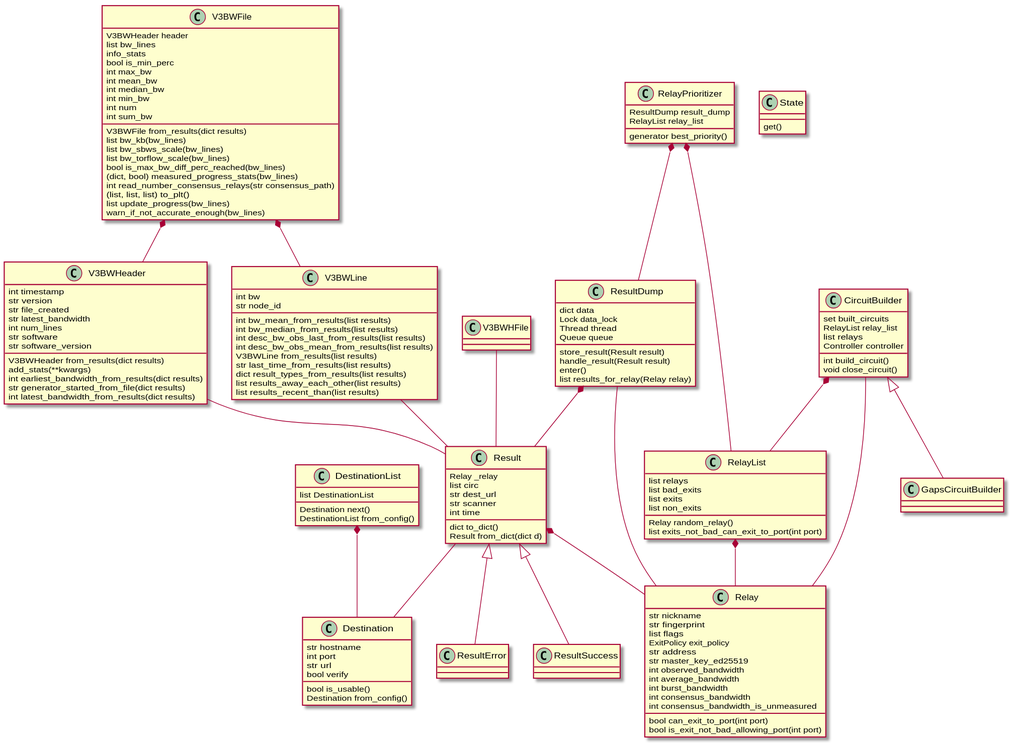
Before: docs/source/images/classes_original.svg, a diagram exported from PlantUML (torproject/sbws). Its source is kept beside it as docs/source/classes_original.puml. The source it was exported from:
```plantuml
@startuml

class RelayList {
  list relays
  list bad_exits
  list exits
  list non_exits
  Relay random_relay()
  list exits_not_bad_can_exit_to_port(int port)
}
RelayList *-- Relay
class Relay {
  str nickname
  str fingerprint
  list flags
  ExitPolicy exit_policy
  str address
  str master_key_ed25519
  int observed_bandwidth
  int average_bandwidth
  int burst_bandwidth
  int consensus_bandwidth
  int consensus_bandwidth_is_unmeasured
  bool can_exit_to_port(int port)
  bool is_exit_not_bad_allowing_port(int port)
}
class RelayPrioritizer {
  ResultDump result_dump
  RelayList relay_list
  generator best_priority()
}
RelayPrioritizer *-- RelayList
RelayPrioritizer *-- ResultDump
Result ^-- ResultError
Result ^-- ResultSuccess
Result -- Destination
Result *-- Relay
class Result {
  Relay _relay
  list circ
  str dest_url
  str scanner
  int time
  dict to_dict()
  Result from_dict(dict d)
}
ResultDump *-- Result
ResultDump -- Relay
class ResultDump {
  dict data
  Lock data_lock
  Thread thread
  Queue queue
  store_result(Result result)
  handle_result(Result result)
  enter()
  list results_for_relay(Relay relay)
}
class DestinationList {
  list DestinationList
  Destination next()
  DestinationList from_config()
}
DestinationList *-- Destination
class Destination {
  str hostname
  int port
  str url
  bool verify
  bool is_usable()
  Destination from_config()
}
V3BWHeader -- Result
class V3BWHeader {
  int timestamp
  str version
  str file_created
  str latest_bandwidth
  int num_lines
  str software
  str software_version
  V3BWHeader from_results(dict results)
  add_stats(**kwargs)
  int earliest_bandwidth_from_results(dict results)
  str generator_started_from_file(dict results)
  int latest_bandwidth_from_results(dict results)
}
V3BWLine -- Result
class V3BWLine {
  int bw
  str node_id
  int bw_mean_from_results(list results)
  int bw_median_from_results(list results)
  int desc_bw_obs_last_from_results(list results)
  int desc_bw_obs_mean_from_results(list results)
  V3BWLine from_results(list results)
  str last_time_from_results(list results)
  dict result_types_from_results(list results)
  list results_away_each_other(list results)
  list results_recent_than(list results)
}
V3BWFile *-- V3BWHeader
V3BWFile *-- V3BWLine
V3BWHFile -- Result
class V3BWFile {
  V3BWHeader header
  list bw_lines
  info_stats
  bool is_min_perc
  int max_bw
  int mean_bw
  int median_bw
  int min_bw
  int num
  int sum_bw
  V3BWFile from_results(dict results)
  list bw_kb(bw_lines)
  list bw_sbws_scale(bw_lines)
  list bw_torflow_scale(bw_lines)
  bool is_max_bw_diff_perc_reached(bw_lines)
  (dict, bool) measured_progress_stats(bw_lines)
  int read_number_consensus_relays(str consensus_path)
  (list, list, list) to_plt()
  list update_progress(bw_lines)
  warn_if_not_accurate_enough(bw_lines)
}
CircuitBuilder *-- RelayList
CircuitBuilder -- Relay
class CircuitBuilder {
  set built_circuits
  RelayList relay_list
  list relays
  Controller controller
  int build_circuit()
  void close_circuit()
}
CircuitBuilder ^-- GapsCircuitBuilder

class State {
  get()
}

@enduml
```
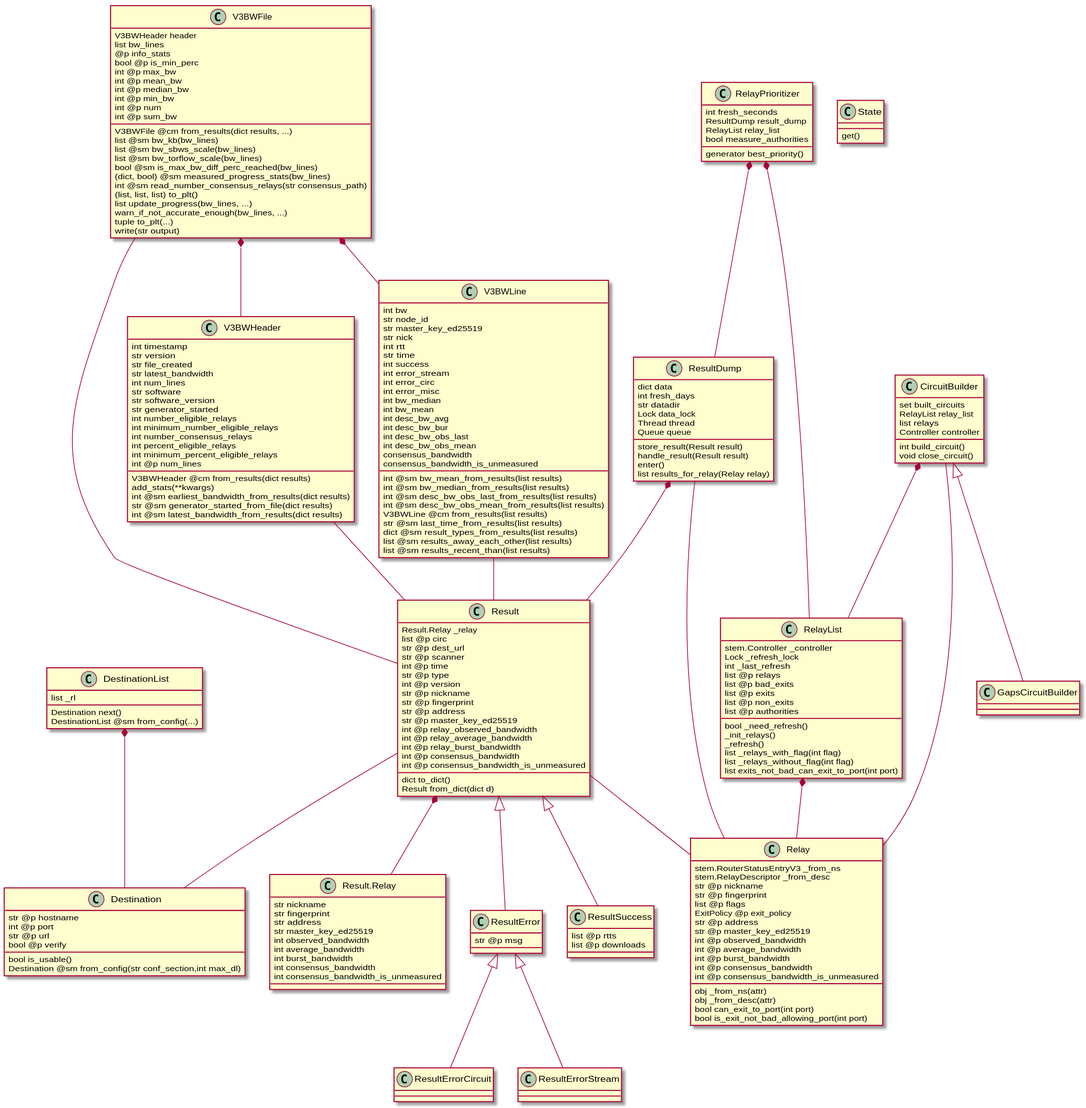
After the change.

Commit message:
fixup! docs: Add code design documentation

Change to the diagram source:
```diff
@@ -1,19 +1,78 @@
 @startuml
 
 class RelayList {
-  list relays
-  list bad_exits
-  list exits
-  list non_exits
-  Relay random_relay()
+  stem.Controller _controller
+  Lock _refresh_lock
+  int _last_refresh
+  list @p relays
+  list @p bad_exits
+  list @p exits
+  list @p non_exits
+  list @p authorities
+  bool _need_refresh()
+  _init_relays()
+  _refresh()
+  list _relays_with_flag(int flag)
+  list _relays_without_flag(int flag)
   list exits_not_bad_can_exit_to_port(int port)
 }
 RelayList *-- Relay
 class Relay {
+  stem.RouterStatusEntryV3 _from_ns
+  stem.RelayDescriptor _from_desc
+  str @p nickname
+  str @p fingerprint
+  list @p flags
+  ExitPolicy @p exit_policy
+  str @p address
+  str @p master_key_ed25519
+  int @p observed_bandwidth
+  int @p average_bandwidth
+  int @p burst_bandwidth
+  int @p consensus_bandwidth
+  int @p consensus_bandwidth_is_unmeasured
+  obj _from_ns(attr)
+  obj _from_desc(attr)
+  bool can_exit_to_port(int port)
+  bool is_exit_not_bad_allowing_port(int port)
+}
+class RelayPrioritizer {
+  int fresh_seconds
+  ResultDump result_dump
+  RelayList relay_list
+  bool measure_authorities
+  generator best_priority()
+}
+RelayPrioritizer *-- RelayList
+RelayPrioritizer *-- ResultDump
+Result ^-- ResultError
+Result ^-- ResultSuccess
+Result -- Destination
+class Result {
+  Result.Relay _relay
+  list @p circ
+  str @p dest_url
+  str @p scanner
+  int @p time
+  str @p type
+  int @p version
+  str @p nickname
+  str @p fingerprint
+  str @p address
+  str @p master_key_ed25519
+  int @p relay_observed_bandwidth
+  int @p relay_average_bandwidth
+  int @p relay_burst_bandwidth
+  int @p consensus_bandwidth
+  int @p consensus_bandwidth_is_unmeasured
+  dict to_dict()
+  Result from_dict(dict d)
+}
+Result -- Relay
+Result *-- Result.Relay
+class Result.Relay {
   str nickname
   str fingerprint
-  list flags
-  ExitPolicy exit_policy
   str address
   str master_key_ed25519
   int observed_bandwidth
@@ -21,33 +80,24 @@
   int burst_bandwidth
   int consensus_bandwidth
   int consensus_bandwidth_is_unmeasured
-  bool can_exit_to_port(int port)
-  bool is_exit_not_bad_allowing_port(int port)
 }
-class RelayPrioritizer {
-  ResultDump result_dump
-  RelayList relay_list
-  generator best_priority()
+class ResultError {
+  str @p msg
 }
-RelayPrioritizer *-- RelayList
-RelayPrioritizer *-- ResultDump
-Result ^-- ResultError
-Result ^-- ResultSuccess
-Result -- Destination
-Result *-- Relay
-class Result {
-  Relay _relay
-  list circ
-  str dest_url
-  str scanner
-  int time
-  dict to_dict()
-  Result from_dict(dict d)
+ResultError ^-- ResultErrorCircuit
+class ResultErrorCircuit {
+}
+ResultError ^-- ResultErrorStream
+class ResultSuccess {
+  list @p rtts
+  list @p downloads
 }
 ResultDump *-- Result
 ResultDump -- Relay
 class ResultDump {
   dict data
+  int fresh_days
+  str datadir
   Lock data_lock
   Thread thread
   Queue queue
@@ -57,18 +107,18 @@
   list results_for_relay(Relay relay)
 }
 class DestinationList {
-  list DestinationList
+  list _rl
   Destination next()
-  DestinationList from_config()
+  DestinationList @sm from_config(...)
 }
 DestinationList *-- Destination
 class Destination {
-  str hostname
-  int port
-  str url
-  bool verify
+  str @p hostname
+  int @p port
+  str @p url
+  bool @p verify
   bool is_usable()
-  Destination from_config()
+  Destination @sm from_config(str conf_section,int max_dl)
 }
 V3BWHeader -- Result
 class V3BWHeader {
@@ -79,50 +129,77 @@
   int num_lines
   str software
   str software_version
-  V3BWHeader from_results(dict results)
+  str generator_started
+  int number_eligible_relays
+  int minimum_number_eligible_relays
+  int number_consensus_relays
+  int percent_eligible_relays
+  int minimum_percent_eligible_relays
+  int @p num_lines
+
+  V3BWHeader @cm from_results(dict results)
   add_stats(**kwargs)
-  int earliest_bandwidth_from_results(dict results)
-  str generator_started_from_file(dict results)
-  int latest_bandwidth_from_results(dict results)
+  int @sm earliest_bandwidth_from_results(dict results)
+  str @sm generator_started_from_file(dict results)
+  int @sm latest_bandwidth_from_results(dict results)
 }
 V3BWLine -- Result
 class V3BWLine {
   int bw
   str node_id
-  int bw_mean_from_results(list results)
-  int bw_median_from_results(list results)
-  int desc_bw_obs_last_from_results(list results)
-  int desc_bw_obs_mean_from_results(list results)
-  V3BWLine from_results(list results)
-  str last_time_from_results(list results)
-  dict result_types_from_results(list results)
-  list results_away_each_other(list results)
-  list results_recent_than(list results)
+  str master_key_ed25519
+  str nick
+  int rtt
+  str time
+  int success
+  int error_stream
+  int error_circ
+  int error_misc
+  int bw_median
+  int bw_mean
+  int desc_bw_avg
+  int desc_bw_bur
+  int desc_bw_obs_last
+  int desc_bw_obs_mean
+  consensus_bandwidth
+  consensus_bandwidth_is_unmeasured
+
+  int @sm bw_mean_from_results(list results)
+  int @sm bw_median_from_results(list results)
+  int @sm desc_bw_obs_last_from_results(list results)
+  int @sm desc_bw_obs_mean_from_results(list results)
+  V3BWLine @cm from_results(list results)
+  str @sm last_time_from_results(list results)
+  dict @sm result_types_from_results(list results)
+  list @sm results_away_each_other(list results)
+  list @sm results_recent_than(list results)
 }
 V3BWFile *-- V3BWHeader
 V3BWFile *-- V3BWLine
-V3BWHFile -- Result
+V3BWFile -- Result
 class V3BWFile {
   V3BWHeader header
   list bw_lines
-  info_stats
-  bool is_min_perc
-  int max_bw
-  int mean_bw
-  int median_bw
-  int min_bw
-  int num
-  int sum_bw
-  V3BWFile from_results(dict results)
-  list bw_kb(bw_lines)
-  list bw_sbws_scale(bw_lines)
-  list bw_torflow_scale(bw_lines)
-  bool is_max_bw_diff_perc_reached(bw_lines)
-  (dict, bool) measured_progress_stats(bw_lines)
-  int read_number_consensus_relays(str consensus_path)
+  @p info_stats
+  bool @p is_min_perc
+  int @p max_bw
+  int @p mean_bw
+  int @p median_bw
+  int @p min_bw
+  int @p num
+  int @p sum_bw
+  V3BWFile @cm from_results(dict results, ...)
+  list @sm bw_kb(bw_lines)
+  list @sm bw_sbws_scale(bw_lines)
+  list @sm bw_torflow_scale(bw_lines)
+  bool @sm is_max_bw_diff_perc_reached(bw_lines)
+  (dict, bool) @sm measured_progress_stats(bw_lines)
+  int @sm read_number_consensus_relays(str consensus_path)
   (list, list, list) to_plt()
-  list update_progress(bw_lines)
-  warn_if_not_accurate_enough(bw_lines)
+  list update_progress(bw_lines, ...)
+  warn_if_not_accurate_enough(bw_lines, ...)
+  tuple to_plt(...)
+  write(str output)
 }
 CircuitBuilder *-- RelayList
 CircuitBuilder -- Relay
```
